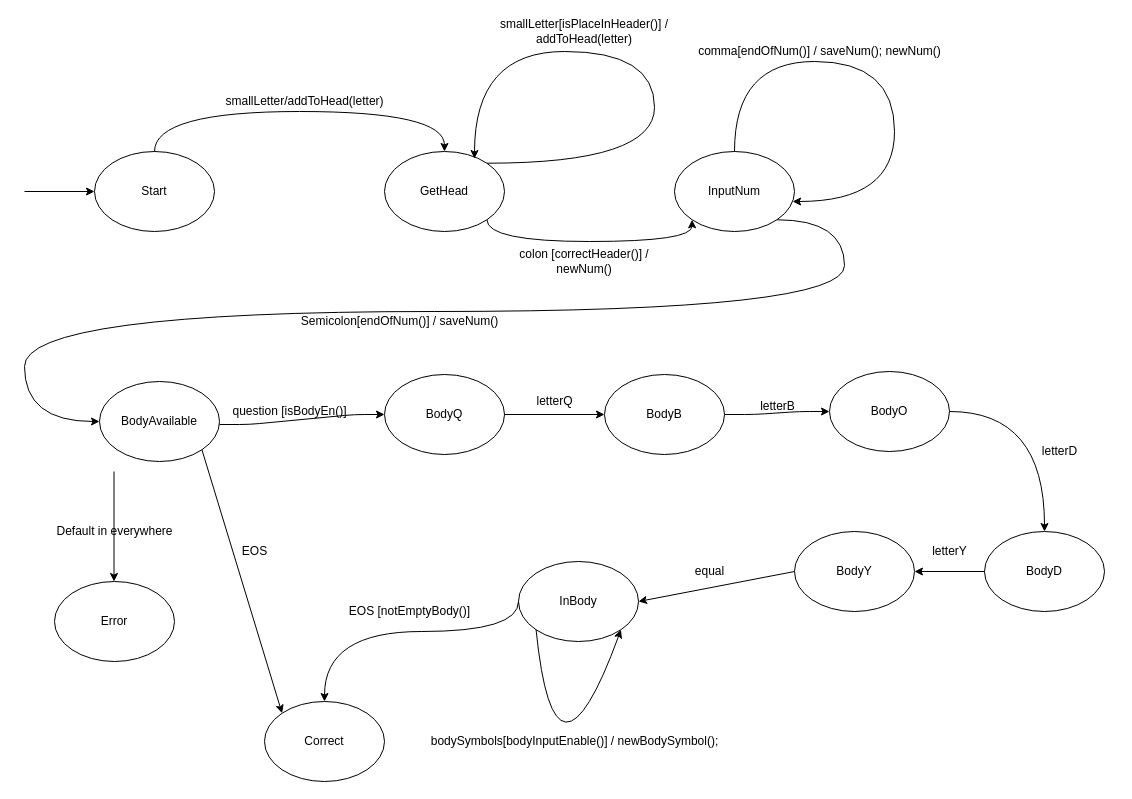
Above: store/atmSMC.drawio in manturovDan/Recognizer (draw.io), before the change. Source tidied: cells renumbered, new cells numbered last; positions are measured from the earlier drawing's top-left corner, leaving out a move shared by most shapes. Both pictures are drawn from the tidied source at 100%, with x=0, y=0 at pixel (24, 21).
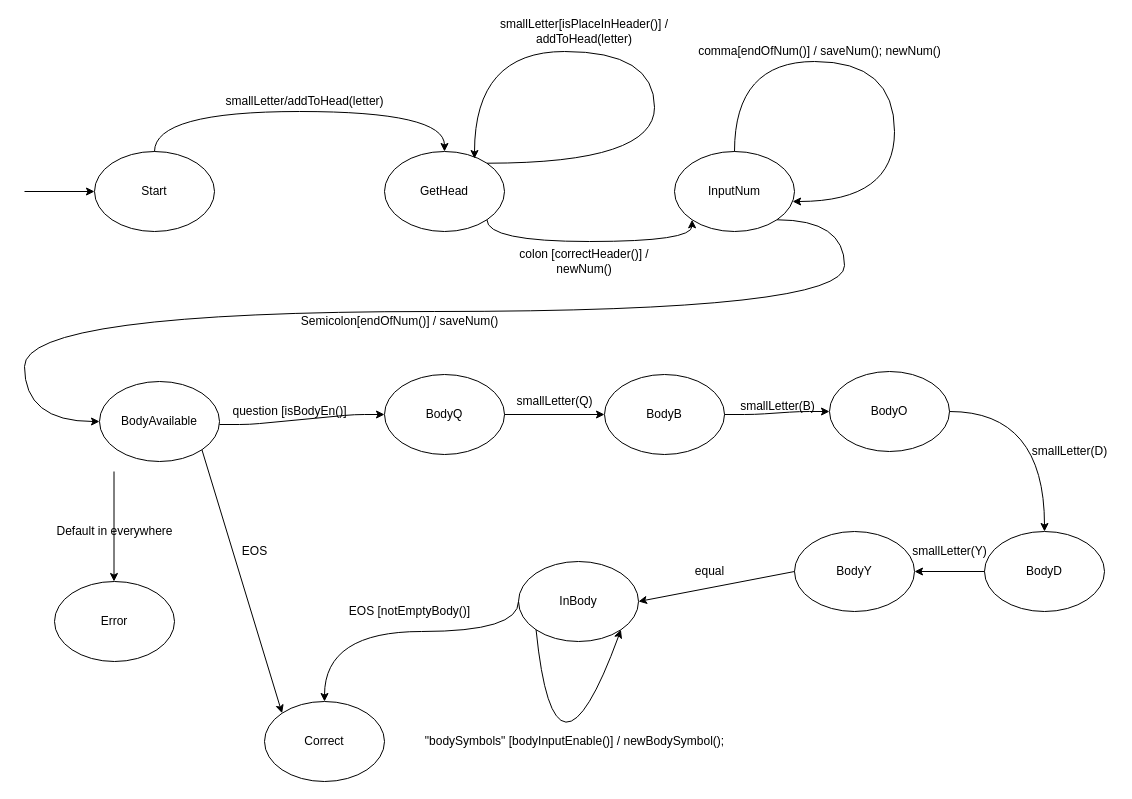
The same page after the edit.

Diff of the diagram source:
```diff
@@
-    <mxCell id="29" value="letterQ" style="text;html=1;align=center;verticalAlign=middle;" parent="1" vertex="1">
-      <mxGeometry x="505" y="370" width="50" height="20" as="geometry" />
+    <mxCell id="29" value="smallLetter(Q)" style="text;html=1;align=center;verticalAlign=middle;" parent="1" vertex="1">
+      <mxGeometry x="485" y="370" width="90" height="20" as="geometry" />
     </mxCell>
@@
-    <mxCell id="31" value="letterB" style="text;html=1;align=center;verticalAlign=middle;" parent="1" vertex="1">
-      <mxGeometry x="728" y="375" width="50" height="20" as="geometry" />
+    <mxCell id="31" value="smallLetter(B)" style="text;html=1;align=center;verticalAlign=middle;" parent="1" vertex="1">
+      <mxGeometry x="708" y="375" width="90" height="20" as="geometry" />
     </mxCell>
@@
-    <mxCell id="33" value="letterD" style="text;html=1;align=center;verticalAlign=middle;" parent="1" vertex="1">
-      <mxGeometry x="1010" y="420" width="50" height="20" as="geometry" />
+    <mxCell id="33" value="smallLetter(D)" style="text;html=1;align=center;verticalAlign=middle;" parent="1" vertex="1">
+      <mxGeometry x="1000" y="420" width="90" height="20" as="geometry" />
     </mxCell>
@@
-    <mxCell id="35" value="letterY" style="text;html=1;align=center;verticalAlign=middle;" parent="1" vertex="1">
-      <mxGeometry x="900" y="520" width="50" height="20" as="geometry" />
+    <mxCell id="35" value="smallLetter(Y)" style="text;html=1;align=center;verticalAlign=middle;" parent="1" vertex="1">
+      <mxGeometry x="880" y="520" width="90" height="20" as="geometry" />
     </mxCell>
@@
-    <mxCell id="41" value="bodySymbols[bodyInputEnable()] / newBodySymbol();" style="text;html=1;align=center;verticalAlign=middle;" parent="1" vertex="1">
-      <mxGeometry x="400" y="710" width="300" height="20" as="geometry" />
+    <mxCell id="41" value="&quot;bodySymbols&quot; [bodyInputEnable()] / newBodySymbol();" style="text;html=1;align=center;verticalAlign=middle;" parent="1" vertex="1">
+      <mxGeometry x="395" y="710" width="310" height="20" as="geometry" />
     </mxCell>
```
